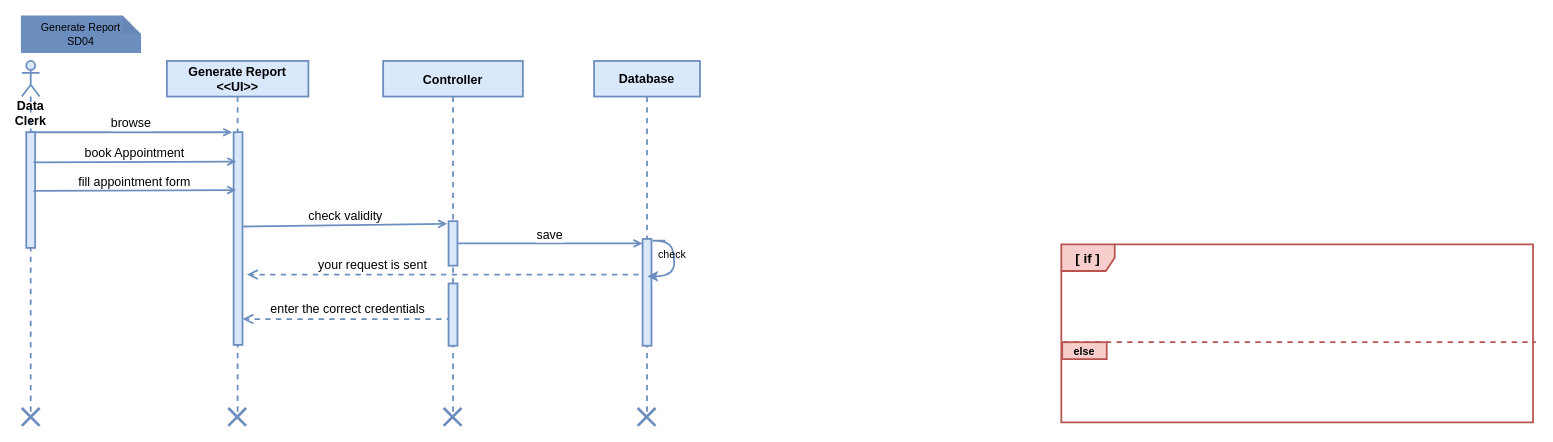
fasil712/UML_Diagram_Design keeps this draw.io diagram as page "Generate Report" (8 of 9) of Sequence Diagram.drawio. Above is the earlier version. Source tidied: cells renumbered, new cells numbered last; positions are measured from the earlier drawing's top-left corner, leaving out a move shared by most shapes. Both pictures are drawn from the tidied source at 89%, with x=0, y=0 at pixel (21, 16).
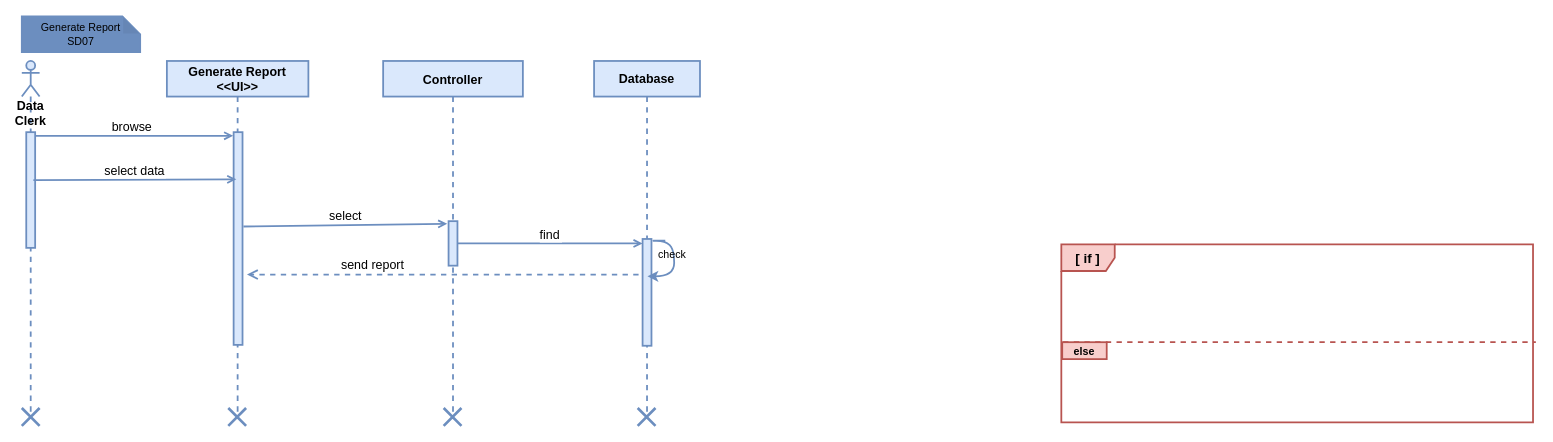
Above is the later version.

The change refers to these unchanged cells:
```xml
<mxCell id="6" style="points=[];perimeter=orthogonalPerimeter;rounded=0;shadow=0;strokeWidth=2;fillColor=#dae8fc;strokeColor=#6c8ebf;fontSize=16;" parent="5" vertex="1">
  <mxGeometry x="73.5" y="180" width="10" height="50" as="geometry" />
</mxCell>
<mxCell id="8" value="Data Clerk" style="shape=umlLifeline;participant=umlActor;perimeter=lifelinePerimeter;whiteSpace=wrap;html=1;verticalAlign=top;spacingTop=36;outlineConnect=0;size=40;fillColor=#dae8fc;strokeColor=#6c8ebf;fontSize=14;strokeWidth=2;fontStyle=1;" parent="2" vertex="1">
  <mxGeometry y="50" width="20" height="400" as="geometry" />
</mxCell>
<mxCell id="11" style="points=[];perimeter=orthogonalPerimeter;rounded=0;shadow=0;strokeWidth=2;fillColor=#dae8fc;strokeColor=#6c8ebf;fontSize=16;" parent="10" vertex="1">
  <mxGeometry x="54.5" y="200" width="10" height="120" as="geometry" />
</mxCell>
```

What changed in the source:
```diff
@@
-    <mxCell id="2" style="group;" parent="1" vertex="1">
+    <mxCell id="2" style="group;fontFamily=Helvetica;" parent="1" vertex="1">
       <mxGeometry width="762" height="460" as="geometry" />
     </mxCell>
@@
-    <mxCell id="7" value="browse" style="verticalAlign=bottom;endArrow=open;shadow=0;strokeWidth=2;entryX=-0.1;entryY=0.005;entryDx=0;entryDy=0;entryPerimeter=0;fillColor=#dae8fc;strokeColor=#6c8ebf;fontSize=14;endFill=0;" parent="2" edge="1" source="8">
+    <mxCell id="7" value="browse" style="verticalAlign=bottom;endArrow=open;shadow=0;strokeWidth=2;entryX=-0.1;entryY=0.005;entryDx=0;entryDy=0;entryPerimeter=0;fillColor=#dae8fc;strokeColor=#6c8ebf;fontSize=14;endFill=0;" parent="2" edge="1">
       <mxGeometry relative="1" as="geometry">
-        <mxPoint x="236.5" y="130.1" as="targetPoint" />
+        <mxPoint x="11" y="134.1" as="sourcePoint" />
+        <mxPoint x="237.5" y="134.1" as="targetPoint" />
       </mxGeometry>
     </mxCell>
@@
-    <mxCell id="12" value="book Appointment" style="verticalAlign=bottom;endArrow=open;shadow=0;strokeWidth=2;exitX=1;exitY=0.623;exitDx=0;exitDy=0;exitPerimeter=0;fillColor=#dae8fc;strokeColor=#6c8ebf;fontSize=14;endFill=0;" parent="2" edge="1">
+    <mxCell id="12" value="select data" style="verticalAlign=bottom;endArrow=open;shadow=0;strokeWidth=2;exitX=1;exitY=0.623;exitDx=0;exitDy=0;exitPerimeter=0;fillColor=#dae8fc;strokeColor=#6c8ebf;fontSize=14;endFill=0;" parent="2" edge="1">
       <mxGeometry relative="1" as="geometry">
-        <mxPoint x="13" y="164" as="sourcePoint" />
-        <mxPoint x="241" y="163" as="targetPoint" />
+        <mxPoint x="13" y="184" as="sourcePoint" />
+        <mxPoint x="241" y="183" as="targetPoint" />
       </mxGeometry>
     </mxCell>
-    <mxCell id="13" value="check validity" style="verticalAlign=bottom;endArrow=open;shadow=0;strokeWidth=2;exitX=1.2;exitY=0.15;exitDx=0;exitDy=0;exitPerimeter=0;fillColor=#dae8fc;strokeColor=#6c8ebf;fontSize=14;endFill=0;entryX=-0.05;entryY=0.021;entryDx=0;entryDy=0;entryPerimeter=0;" parent="2" edge="1">
+    <mxCell id="13" value="select" style="verticalAlign=bottom;endArrow=open;shadow=0;strokeWidth=2;exitX=1.2;exitY=0.15;exitDx=0;exitDy=0;exitPerimeter=0;fillColor=#dae8fc;strokeColor=#6c8ebf;fontSize=14;endFill=0;entryX=-0.05;entryY=0.021;entryDx=0;entryDy=0;entryPerimeter=0;" parent="2" edge="1">
       <mxGeometry relative="1" as="geometry">
         <mxPoint x="249" y="236" as="sourcePoint" />
         <mxPoint x="478" y="233" as="targetPoint" />
       </mxGeometry>
     </mxCell>
-    <mxCell id="14" value="your request is sent" style="html=1;verticalAlign=bottom;endArrow=open;dashed=1;endSize=8;rounded=0;fontSize=14;fontColor=#000000;strokeColor=#6C8EBF;strokeWidth=2;" parent="2" edge="1">
+    <mxCell id="14" value="send report" style="html=1;verticalAlign=bottom;endArrow=open;dashed=1;endSize=8;rounded=0;fontSize=14;fontColor=#000000;strokeColor=#6C8EBF;strokeWidth=2;" parent="2" edge="1">
       <mxGeometry x="0.36" relative="1" as="geometry">
         <mxPoint x="693" y="290" as="sourcePoint" />
         <mxPoint x="253" y="290" as="targetPoint" />
       </mxGeometry>
     </mxCell>
@@
-    <mxCell id="19" value="save" style="verticalAlign=bottom;endArrow=open;shadow=0;strokeWidth=2;fillColor=#dae8fc;strokeColor=#6c8ebf;fontSize=14;endFill=0;startArrow=none;" parent="2" edge="1" source="6" target="11">
+    <mxCell id="19" value="find" style="verticalAlign=bottom;endArrow=open;shadow=0;strokeWidth=2;fillColor=#dae8fc;strokeColor=#6c8ebf;fontSize=14;endFill=0;startArrow=none;" parent="2" edge="1" source="6" target="11">
       <mxGeometry relative="1" as="geometry" />
     </mxCell>
-    <mxCell id="20" value="enter the correct credentials " style="html=1;verticalAlign=bottom;endArrow=open;dashed=1;endSize=8;rounded=0;fontSize=14;fontColor=#000000;strokeColor=#6C8EBF;strokeWidth=2;" parent="2" edge="1">
-      <mxGeometry relative="1" as="geometry">
-        <mxPoint x="483.5" y="340" as="sourcePoint" />
-        <mxPoint x="248" y="340" as="targetPoint" />
-      </mxGeometry>
-    </mxCell>
@@
-    <mxCell id="23" value="&lt;div&gt;Generate Report&lt;br&gt;&lt;/div&gt;&lt;div&gt;SD04&lt;br&gt;&lt;/div&gt;" style="shape=note;whiteSpace=wrap;html=1;backgroundOutline=1;darkOpacity=0.05;fontSize=12;fontColor=#000000;strokeColor=#6C8EBF;strokeWidth=2;fillColor=#6C8EBF;size=20;" parent="2" vertex="1">
+    <mxCell id="23" value="&lt;div&gt;Generate Report&lt;br&gt;&lt;/div&gt;&lt;div&gt;SD07&lt;br&gt;&lt;/div&gt;" style="shape=note;whiteSpace=wrap;html=1;backgroundOutline=1;darkOpacity=0.05;fontSize=12;fontColor=#000000;strokeColor=#6C8EBF;strokeWidth=2;fillColor=#6C8EBF;size=20;" parent="2" vertex="1">
       <mxGeometry width="133" height="40" as="geometry" />
     </mxCell>
-    <mxCell id="24" style="perimeter=orthogonalPerimeter;rounded=0;shadow=0;strokeWidth=2;fillColor=#dae8fc;strokeColor=#6c8ebf;fontSize=16;" parent="2" vertex="1">
-      <mxGeometry x="479.5" y="300" width="10" height="70" as="geometry" />
-    </mxCell>
@@
-    <mxCell id="29" value="fill appointment form" style="verticalAlign=bottom;endArrow=open;shadow=0;strokeWidth=2;exitX=1;exitY=0.623;exitDx=0;exitDy=0;exitPerimeter=0;fillColor=#dae8fc;strokeColor=#6c8ebf;fontSize=14;endFill=0;" parent="1" edge="1">
-      <mxGeometry relative="1" as="geometry">
-        <mxPoint x="13" y="196" as="sourcePoint" />
-        <mxPoint x="241" y="195" as="targetPoint" />
-      </mxGeometry>
-    </mxCell>
```
